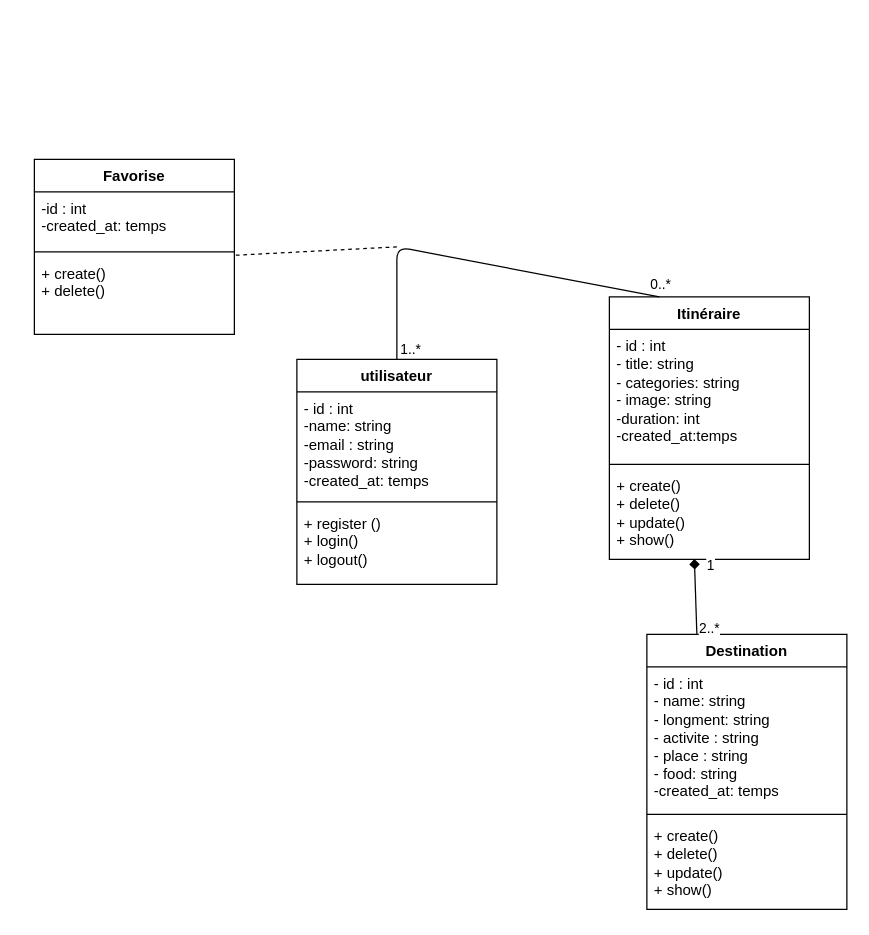
Before: UML/diagrammeClasse.drawio in Hanane2001/MarocExplore, a draw.io diagram. Source tidied: cells renumbered, new cells numbered last; positions are measured from the earlier drawing's top-left corner, leaving out a move shared by most shapes. Both pictures are drawn from the tidied source at 125%, with x=0, y=0 at pixel (34, 159).
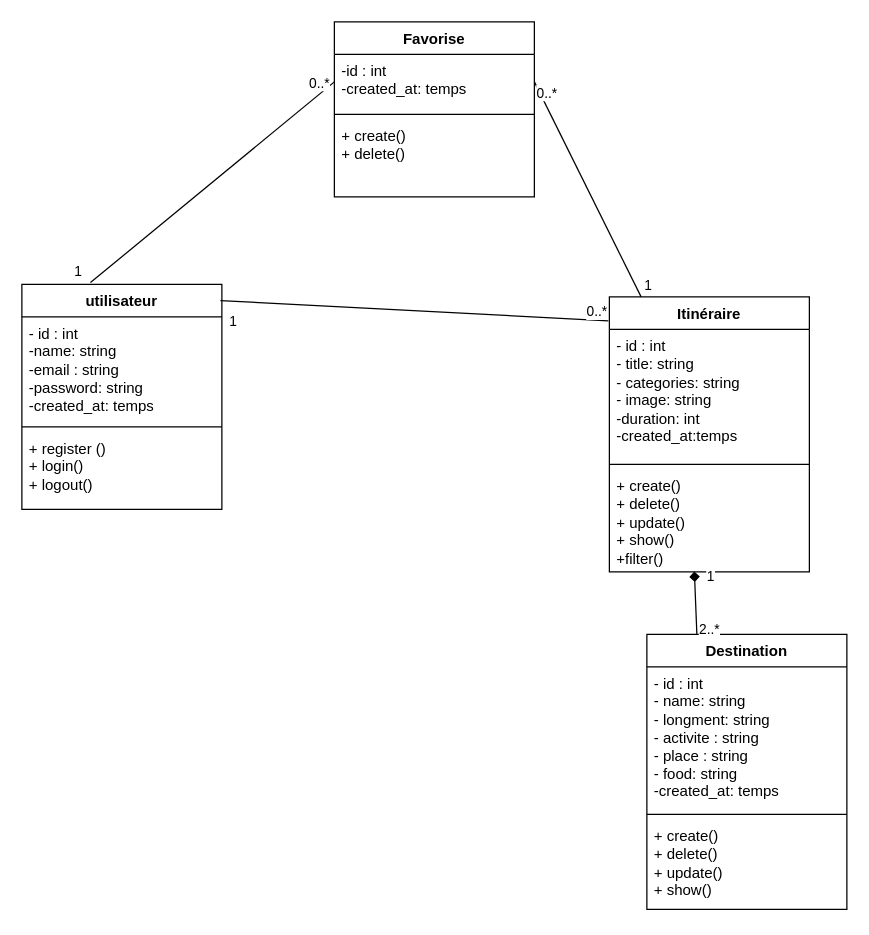
The same page after the edit.

Commit message (it also covers changes not shown here):
ajouter swagger de authentification et modifier diagramme de classe

The change refers to these unchanged cells:
```xml
<mxCell id="15" value="-id : int&amp;nbsp;&lt;div&gt;-created_at: temps&lt;/div&gt;" style="text;strokeColor=none;fillColor=none;align=left;verticalAlign=top;spacingLeft=4;spacingRight=4;overflow=hidden;points=[[0,0.5],[1,0.5]];portConstraint=eastwest;whiteSpace=wrap;html=1;" parent="14" vertex="1">
  <mxGeometry y="26" width="160" height="44" as="geometry" />
</mxCell>
<mxCell id="17" value="+ create()&lt;div&gt;&lt;font color=&quot;#000000&quot;&gt;+ delete()&lt;/font&gt;&lt;/div&gt;" style="text;strokeColor=none;fillColor=none;align=left;verticalAlign=top;spacingLeft=4;spacingRight=4;overflow=hidden;points=[[0,0.5],[1,0.5]];portConstraint=eastwest;whiteSpace=wrap;html=1;" parent="14" vertex="1">
  <mxGeometry y="78" width="160" height="62" as="geometry" />
</mxCell>
```

Diff of the diagram source:
```diff
@@
     <mxCell id="2" value="utilisateur" style="swimlane;fontStyle=1;align=center;verticalAlign=top;horizontal=1;startSize=26;whiteSpace=wrap;html=1;" parent="1" vertex="1">
-      <mxGeometry x="210" y="160" width="160" height="180" as="geometry" />
+      <mxGeometry x="-10" y="100" width="160" height="180" as="geometry" />
     </mxCell>
@@
     <mxCell id="6" value="Itinéraire" style="swimlane;fontStyle=1;align=center;verticalAlign=top;horizontal=1;startSize=26;whiteSpace=wrap;html=1;" parent="1" vertex="1">
-      <mxGeometry x="460" y="110" width="160" height="210" as="geometry" />
+      <mxGeometry x="460" y="110" width="160" height="220" as="geometry" />
     </mxCell>
@@
-    <mxCell id="9" value="+ create()&lt;div&gt;&lt;font color=&quot;#000000&quot;&gt;+ delete()&lt;/font&gt;&lt;/div&gt;&lt;div&gt;&lt;font color=&quot;#000000&quot;&gt;+ update()&lt;/font&gt;&lt;/div&gt;&lt;div&gt;&lt;font color=&quot;#000000&quot;&gt;&lt;font color=&quot;#000000&quot;&gt;+ show()&lt;br&gt;&lt;/font&gt;&lt;/font&gt;&lt;div&gt;&lt;br&gt;&lt;/div&gt;&lt;/div&gt;" style="text;strokeColor=none;fillColor=none;align=left;verticalAlign=top;spacingLeft=4;spacingRight=4;overflow=hidden;points=[[0,0.5],[1,0.5]];portConstraint=eastwest;whiteSpace=wrap;html=1;" parent="6" vertex="1">
-      <mxGeometry y="138" width="160" height="72" as="geometry" />
+    <mxCell id="9" value="+ create()&lt;div&gt;&lt;font color=&quot;#000000&quot;&gt;+ delete()&lt;/font&gt;&lt;/div&gt;&lt;div&gt;&lt;font color=&quot;#000000&quot;&gt;+ update()&lt;/font&gt;&lt;/div&gt;&lt;div&gt;&lt;font color=&quot;#000000&quot;&gt;&lt;font color=&quot;#000000&quot;&gt;+ show()&lt;/font&gt;&lt;/font&gt;&lt;/div&gt;&lt;div&gt;&lt;font color=&quot;#000000&quot;&gt;&lt;font color=&quot;#000000&quot;&gt;&lt;font color=&quot;#000000&quot;&gt;+filter()&lt;br&gt;&lt;/font&gt;&lt;/font&gt;&lt;/font&gt;&lt;div&gt;&lt;br&gt;&lt;/div&gt;&lt;/div&gt;" style="text;strokeColor=none;fillColor=none;align=left;verticalAlign=top;spacingLeft=4;spacingRight=4;overflow=hidden;points=[[0,0.5],[1,0.5]];portConstraint=eastwest;whiteSpace=wrap;html=1;" parent="6" vertex="1">
+      <mxGeometry y="138" width="160" height="82" as="geometry" />
     </mxCell>
@@
     <mxCell id="14" value="Favorise" style="swimlane;fontStyle=1;align=center;verticalAlign=top;horizontal=1;startSize=26;whiteSpace=wrap;html=1;" parent="1" vertex="1">
-      <mxGeometry width="160" height="140" as="geometry" />
+      <mxGeometry x="240" y="-110" width="160" height="140" as="geometry" />
     </mxCell>
@@
-    <mxCell id="18" style="edgeStyle=none;html=1;exitX=0.5;exitY=0;exitDx=0;exitDy=0;entryX=0.25;entryY=0;entryDx=0;entryDy=0;endArrow=none;endFill=0;" parent="1" edge="1" source="2" target="6">
-      <mxGeometry relative="1" as="geometry">
-        <Array as="points">
-          <mxPoint x="290" y="70" />
-        </Array>
-      </mxGeometry>
+    <mxCell id="18" style="edgeStyle=none;html=1;exitX=0.993;exitY=0.072;exitDx=0;exitDy=0;entryX=-0.005;entryY=0.087;entryDx=0;entryDy=0;endArrow=none;endFill=0;entryPerimeter=0;exitPerimeter=0;" parent="1" edge="1" source="2" target="6">
+      <mxGeometry relative="1" as="geometry" />
     </mxCell>
     <mxCell id="19" value="0..*" style="edgeLabel;html=1;align=center;verticalAlign=middle;" parent="18" vertex="1">
       <mxGeometry x="0.88" y="3" relative="1" as="geometry">
-        <mxPoint x="17" y="-4" as="offset" />
+        <mxPoint x="9" y="-4" as="offset" />
       </mxGeometry>
     </mxCell>
-    <mxCell id="20" value="1..*" style="edgeLabel;html=1;align=center;verticalAlign=middle;" parent="18" vertex="1">
+    <mxCell id="20" value="1" style="edgeLabel;html=1;align=center;verticalAlign=middle;" parent="18" vertex="1">
       <mxGeometry x="-0.92" y="-2" relative="1" as="geometry">
-        <mxPoint x="8" y="3" as="offset" />
+        <mxPoint x="-2" y="14" as="offset" />
       </mxGeometry>
     </mxCell>
-    <mxCell id="21" style="edgeStyle=none;html=1;entryX=1;entryY=-0.02;entryDx=0;entryDy=0;entryPerimeter=0;endArrow=none;endFill=0;dashed=1;" parent="1" edge="1" target="17">
-      <mxGeometry relative="1" as="geometry">
-        <mxPoint x="290" y="70" as="sourcePoint" />
-      </mxGeometry>
-    </mxCell>
@@
+    <mxCell id="25" style="edgeStyle=none;html=1;exitX=1;exitY=0.5;exitDx=0;exitDy=0;endArrow=none;endFill=0;" parent="1" edge="1" source="15" target="6">
+      <mxGeometry relative="1" as="geometry" />
+    </mxCell>
+    <mxCell id="26" style="edgeStyle=none;html=1;exitX=0;exitY=0.5;exitDx=0;exitDy=0;entryX=0.343;entryY=-0.008;entryDx=0;entryDy=0;entryPerimeter=0;endArrow=none;endFill=0;" parent="1" edge="1" source="15" target="2">
+      <mxGeometry relative="1" as="geometry" />
+    </mxCell>
+    <mxCell id="27" value="1" style="edgeLabel;html=1;align=center;verticalAlign=middle;" parent="1" vertex="1">
+      <mxGeometry x="150" y="210" as="geometry">
+        <mxPoint x="-116" y="-121" as="offset" />
+      </mxGeometry>
+    </mxCell>
+    <mxCell id="28" value="0..*" style="edgeLabel;html=1;align=center;verticalAlign=middle;" parent="1" vertex="1">
+      <mxGeometry x="179.8" y="149.6" as="geometry">
+        <mxPoint x="48" y="-211" as="offset" />
+      </mxGeometry>
+    </mxCell>
+    <mxCell id="29" value="1" style="edgeLabel;html=1;align=center;verticalAlign=middle;" parent="1" vertex="1">
+      <mxGeometry x="490" y="100" as="geometry" />
+    </mxCell>
+    <mxCell id="30" value="0..*" style="edgeLabel;html=1;align=center;verticalAlign=middle;" parent="1" vertex="1">
+      <mxGeometry x="199.8" y="169.6" as="geometry">
+        <mxPoint x="210" y="-223" as="offset" />
+      </mxGeometry>
+    </mxCell>
```
